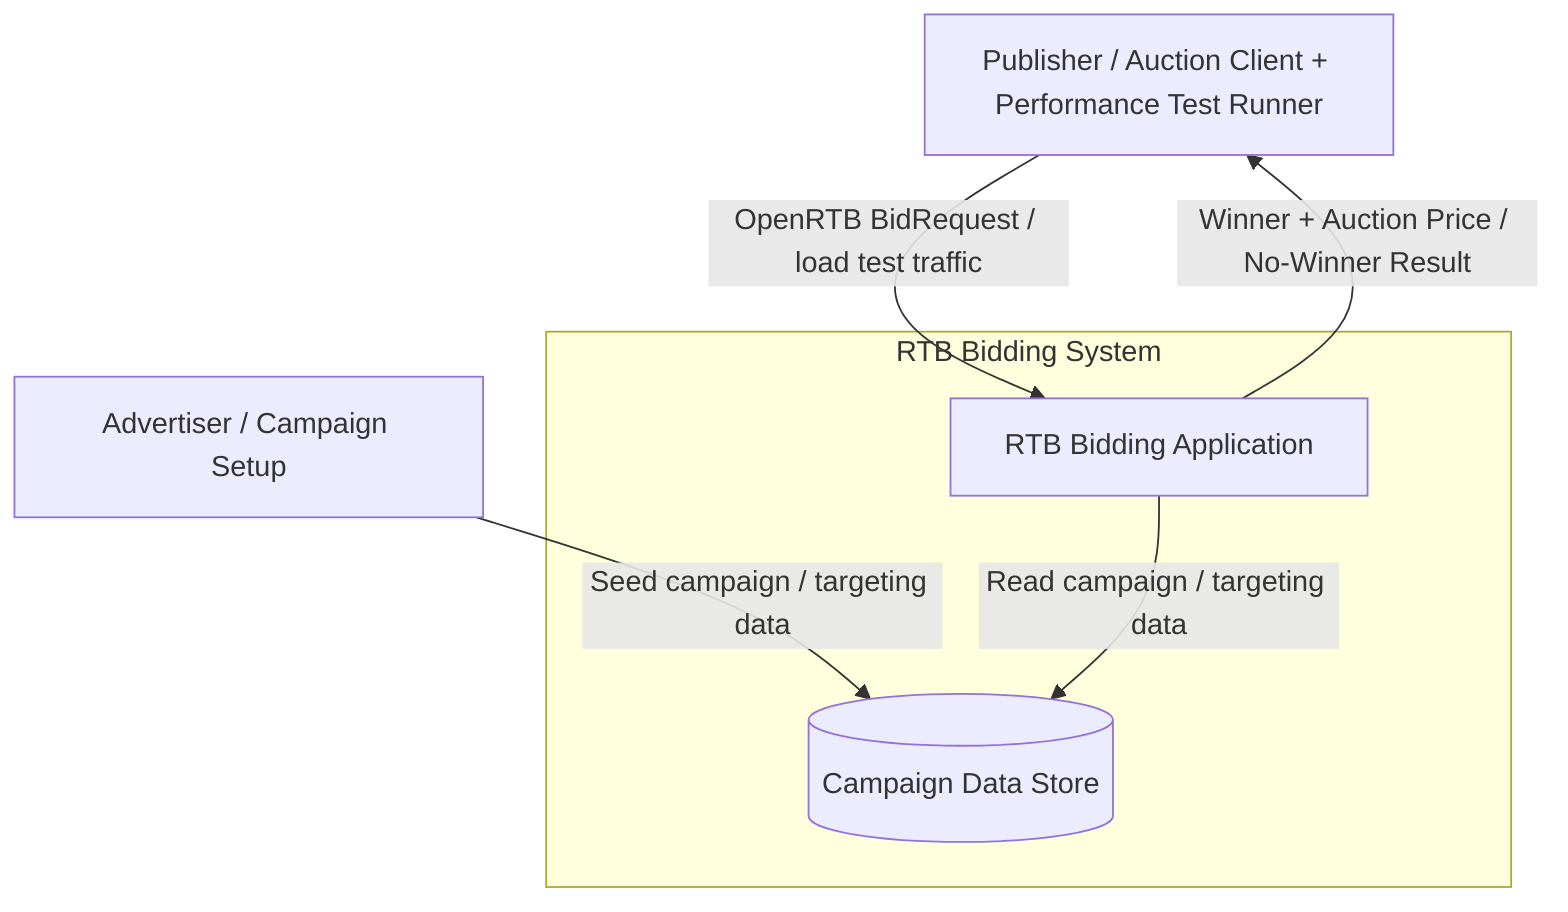
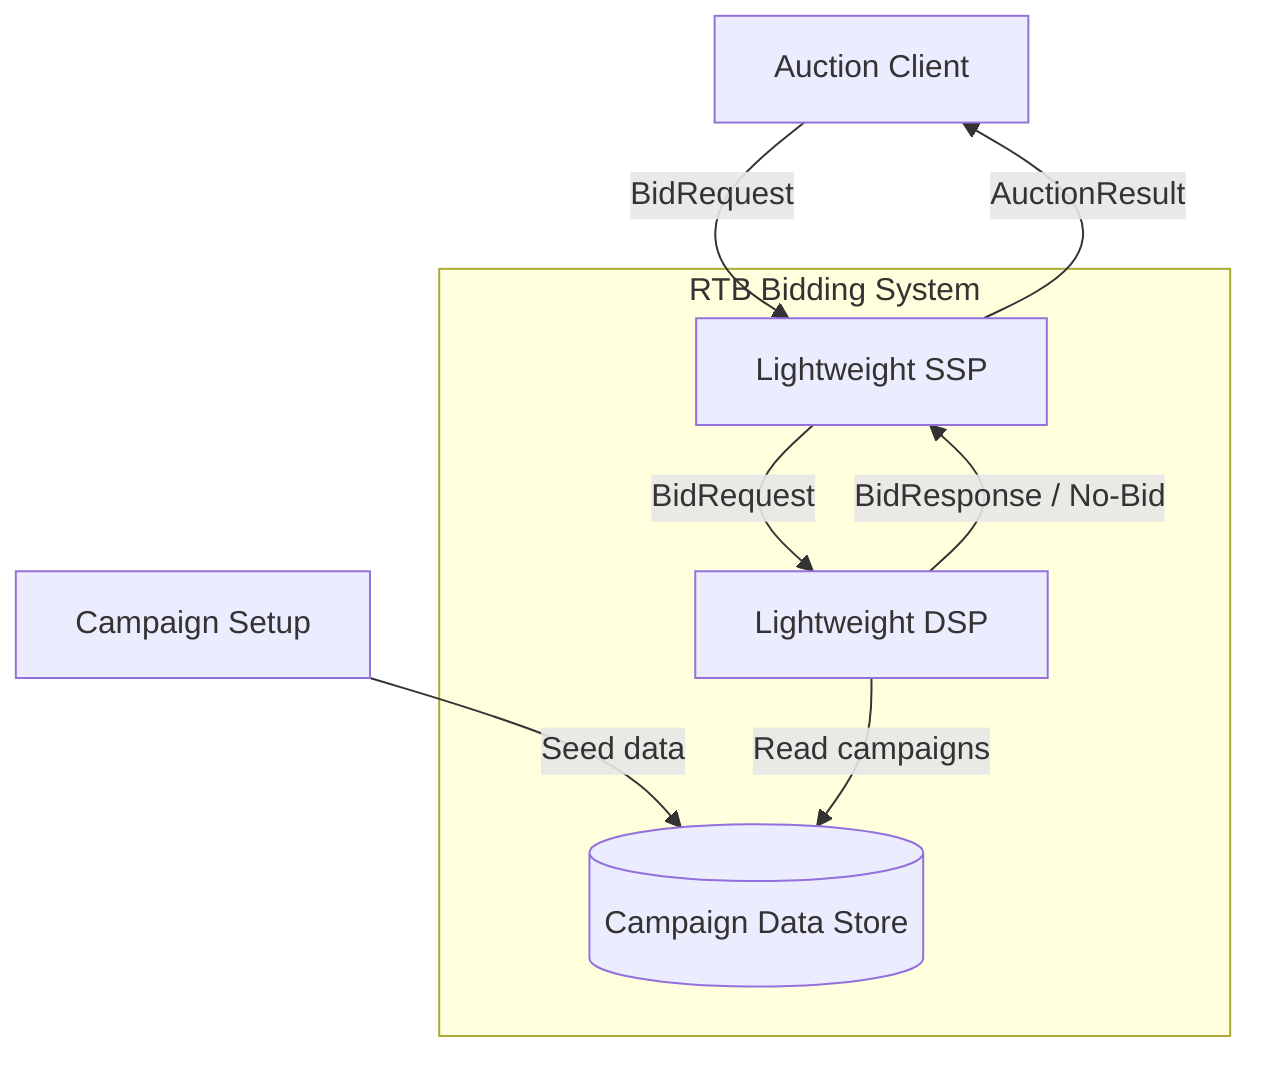
flowchart TB
-     tester["Publisher / Auction Client + Performance Test Runner"]
-     advertiser["Advertiser / Campaign Setup"]
+     client["Auction Client"]
+     advertiser["Campaign Setup"]

    subgraph boundary["RTB Bidding System"]
-         app["RTB Bidding Application"]
+         ssp["Lightweight SSP"]
+         dsp["Lightweight DSP"]
        store[("Campaign Data Store")]
    end

-     tester -->|"OpenRTB BidRequest / load test traffic"| app
-     app -->|"Winner + Auction Price / No-Winner Result"| tester
+     client -->|"BidRequest"| ssp
+     ssp -->|"AuctionResult"| client

-     advertiser -->|"Seed campaign / targeting data"| store
-     app -->|"Read campaign / targeting data"| store
+     ssp -->|"BidRequest"| dsp
+     dsp -->|"BidResponse / No-Bid"| ssp
+ 
+     advertiser -->|"Seed data"| store
+     dsp -->|"Read campaigns"| store
